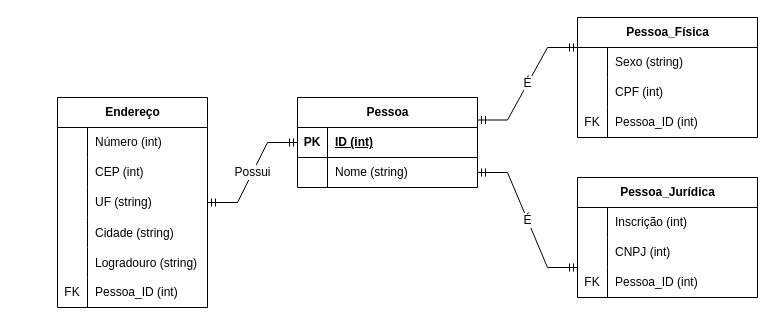
Before: Pratica02_Ex02.drawio in NateInterloper/mdc053, a draw.io diagram. Source tidied: cells renumbered, new cells numbered last; positions are measured from the earlier drawing's top-left corner, leaving out a move shared by most shapes. Both pictures are drawn from the tidied source at 100%, with x=0, y=0 at pixel (57, 17).
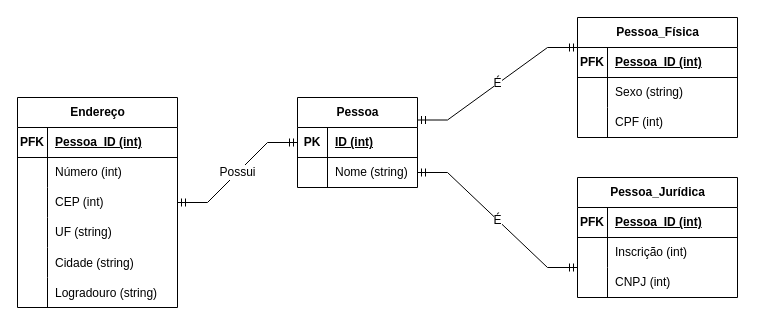
Above is the later version.

What changed in the source:
```diff
@@
     <mxCell id="2" value="Pessoa" style="shape=table;startSize=30;childLayout=tableLayout;rowLines=0;fontStyle=1;align=center;html=1;" parent="1" vertex="1">
-      <mxGeometry x="240" y="80" width="180" height="90" as="geometry" />
+      <mxGeometry x="240" y="80" width="120" height="90" as="geometry" />
     </mxCell>
     <mxCell id="3" style="shape=tableRow;horizontal=0;startSize=0;swimlaneHead=0;swimlaneBody=0;fillColor=none;top=0;left=0;right=0;bottom=1;" parent="2" vertex="1">
-      <mxGeometry y="30" width="180" height="30" as="geometry" />
+      <mxGeometry y="30" width="120" height="30" as="geometry" />
     </mxCell>
@@
     <mxCell id="5" value="ID (int)" style="shape=partialRectangle;fillColor=none;top=0;left=0;bottom=0;right=0;align=left;spacingLeft=6;fontStyle=5;overflow=hidden;whiteSpace=wrap;html=1;" parent="3" vertex="1">
-      <mxGeometry x="30" width="150" height="30" as="geometry" />
+      <mxGeometry x="30" width="90" height="30" as="geometry" />
     </mxCell>
     <mxCell id="6" style="shape=tableRow;horizontal=0;startSize=0;swimlaneHead=0;swimlaneBody=0;fillColor=none;points=[[0,0.5],[1,0.5]];portConstraint=eastwest;top=0;left=0;right=0;bottom=0;" parent="2" vertex="1">
-      <mxGeometry y="60" width="180" height="30" as="geometry" />
+      <mxGeometry y="60" width="120" height="30" as="geometry" />
     </mxCell>
@@
     <mxCell id="8" value="Nome (string)" style="shape=partialRectangle;fillColor=none;top=0;left=0;bottom=0;right=0;align=left;spacingLeft=6;overflow=hidden;whiteSpace=wrap;html=1;" parent="6" vertex="1">
-      <mxGeometry x="30" width="150" height="30" as="geometry" />
+      <mxGeometry x="30" width="90" height="30" as="geometry" />
     </mxCell>
     <mxCell id="9" value="Endereço" style="shape=table;startSize=30;childLayout=tableLayout;rowLines=0;fontStyle=1;align=center;html=1;" parent="1" vertex="1">
-      <mxGeometry y="80" width="150" height="210" as="geometry" />
+      <mxGeometry x="-40" y="80" width="160" height="210" as="geometry" />
     </mxCell>
+    <mxCell id="51" style="shape=tableRow;horizontal=0;startSize=0;swimlaneHead=0;swimlaneBody=0;fillColor=none;top=0;left=0;right=0;bottom=1;" parent="9" vertex="1">
+      <mxGeometry y="30" width="160" height="30" as="geometry" />
+    </mxCell>
+    <mxCell id="52" value="PFK" style="shape=partialRectangle;fillColor=none;top=0;left=0;bottom=0;right=0;fontStyle=1;overflow=hidden;whiteSpace=wrap;html=1;" parent="51" vertex="1">
+      <mxGeometry width="30" height="30" as="geometry" />
+    </mxCell>
+    <mxCell id="53" value="Pessoa_ID (int)" style="shape=partialRectangle;fillColor=none;top=0;left=0;bottom=0;right=0;align=left;spacingLeft=6;fontStyle=5;overflow=hidden;whiteSpace=wrap;html=1;" parent="51" vertex="1">
+      <mxGeometry x="30" width="130" height="30" as="geometry" />
+    </mxCell>
     <mxCell id="10" style="shape=tableRow;horizontal=0;startSize=0;swimlaneHead=0;swimlaneBody=0;fillColor=none;top=0;left=0;right=0;bottom=0;" parent="9" vertex="1">
-      <mxGeometry y="30" width="150" height="30" as="geometry" />
+      <mxGeometry y="60" width="160" height="30" as="geometry" />
     </mxCell>
@@
     <mxCell id="12" value="Número (int)" style="shape=partialRectangle;fillColor=none;top=0;left=0;bottom=0;right=0;align=left;spacingLeft=6;overflow=hidden;whiteSpace=wrap;html=1;" parent="10" vertex="1">
-      <mxGeometry x="30" width="120" height="30" as="geometry" />
+      <mxGeometry x="30" width="130" height="30" as="geometry" />
     </mxCell>
     <mxCell id="13" style="shape=tableRow;horizontal=0;startSize=0;swimlaneHead=0;swimlaneBody=0;fillColor=none;top=0;left=0;right=0;bottom=0;" parent="9" vertex="1">
-      <mxGeometry y="60" width="150" height="30" as="geometry" />
+      <mxGeometry y="90" width="160" height="30" as="geometry" />
     </mxCell>
@@
     <mxCell id="15" value="CEP (int)" style="shape=partialRectangle;fillColor=none;top=0;left=0;bottom=0;right=0;align=left;spacingLeft=6;overflow=hidden;whiteSpace=wrap;html=1;" parent="13" vertex="1">
-      <mxGeometry x="30" width="120" height="30" as="geometry" />
+      <mxGeometry x="30" width="130" height="30" as="geometry" />
     </mxCell>
     <mxCell id="16" style="shape=tableRow;horizontal=0;startSize=0;swimlaneHead=0;swimlaneBody=0;fillColor=none;top=0;left=0;right=0;bottom=0;" parent="9" vertex="1">
-      <mxGeometry y="90" width="150" height="30" as="geometry" />
+      <mxGeometry y="120" width="160" height="30" as="geometry" />
     </mxCell>
@@
     <mxCell id="18" value="UF (string)" style="shape=partialRectangle;fillColor=none;top=0;left=0;bottom=0;right=0;align=left;spacingLeft=6;overflow=hidden;whiteSpace=wrap;html=1;" parent="16" vertex="1">
-      <mxGeometry x="30" width="120" height="30" as="geometry" />
+      <mxGeometry x="30" width="130" height="30" as="geometry" />
     </mxCell>
     <mxCell id="19" style="shape=tableRow;horizontal=0;startSize=0;swimlaneHead=0;swimlaneBody=0;fillColor=none;top=0;left=0;right=0;bottom=0;" parent="9" vertex="1">
-      <mxGeometry y="120" width="150" height="30" as="geometry" />
+      <mxGeometry y="150" width="160" height="30" as="geometry" />
     </mxCell>
@@
     <mxCell id="21" value="Cidade (string)" style="shape=partialRectangle;fillColor=none;top=0;left=0;bottom=0;right=0;align=left;spacingLeft=6;overflow=hidden;" parent="19" vertex="1">
-      <mxGeometry x="30" width="120" height="30" as="geometry" />
+      <mxGeometry x="30" width="130" height="30" as="geometry" />
     </mxCell>
     <mxCell id="22" style="shape=tableRow;horizontal=0;startSize=0;swimlaneHead=0;swimlaneBody=0;fillColor=none;top=0;left=0;right=0;bottom=0;" parent="9" vertex="1">
-      <mxGeometry y="150" width="150" height="30" as="geometry" />
+      <mxGeometry y="180" width="160" height="30" as="geometry" />
     </mxCell>
@@
     <mxCell id="24" value="Logradouro (string)" style="shape=partialRectangle;fillColor=none;top=0;left=0;bottom=0;right=0;align=left;spacingLeft=6;overflow=hidden;" parent="22" vertex="1">
-      <mxGeometry x="30" width="120" height="30" as="geometry" />
+      <mxGeometry x="30" width="130" height="30" as="geometry" />
     </mxCell>
-    <mxCell id="25" style="shape=tableRow;horizontal=0;startSize=0;swimlaneHead=0;swimlaneBody=0;fillColor=none;top=0;left=0;right=0;bottom=0;" parent="9" vertex="1">
-      <mxGeometry y="180" width="150" height="30" as="geometry" />
-    </mxCell>
-    <mxCell id="26" value="FK" style="shape=partialRectangle;fillColor=none;top=0;left=0;bottom=0;right=0;fontStyle=0;overflow=hidden;whiteSpace=wrap;html=1;" parent="25" vertex="1">
-      <mxGeometry width="30" height="30" as="geometry" />
-    </mxCell>
-    <mxCell id="27" value="Pessoa_ID (int)" style="shape=partialRectangle;fillColor=none;top=0;left=0;bottom=0;right=0;align=left;spacingLeft=6;fontStyle=0;overflow=hidden;whiteSpace=wrap;html=1;" parent="25" vertex="1">
-      <mxGeometry x="30" width="120" height="30" as="geometry" />
-    </mxCell>
     <mxCell id="28" value="Pessoa_Física" style="shape=table;startSize=30;childLayout=tableLayout;rowLines=0;fontStyle=1;align=center;html=1;" parent="1" vertex="1">
-      <mxGeometry x="520" width="180" height="120" as="geometry" />
+      <mxGeometry x="520" width="160" height="120" as="geometry" />
     </mxCell>
+    <mxCell id="54" style="shape=tableRow;horizontal=0;startSize=0;swimlaneHead=0;swimlaneBody=0;fillColor=none;top=0;left=0;right=0;bottom=1;" parent="28" vertex="1">
+      <mxGeometry y="30" width="160" height="30" as="geometry" />
+    </mxCell>
+    <mxCell id="55" value="PFK" style="shape=partialRectangle;fillColor=none;top=0;left=0;bottom=0;right=0;fontStyle=1;overflow=hidden;whiteSpace=wrap;html=1;" parent="54" vertex="1">
+      <mxGeometry width="30" height="30" as="geometry" />
+    </mxCell>
+    <mxCell id="56" value="Pessoa_ID (int)" style="shape=partialRectangle;fillColor=none;top=0;left=0;bottom=0;right=0;align=left;spacingLeft=6;fontStyle=5;overflow=hidden;whiteSpace=wrap;html=1;" parent="54" vertex="1">
+      <mxGeometry x="30" width="130" height="30" as="geometry" />
+    </mxCell>
     <mxCell id="29" style="shape=tableRow;horizontal=0;startSize=0;swimlaneHead=0;swimlaneBody=0;fillColor=none;top=0;left=0;right=0;bottom=0;" parent="28" vertex="1">
-      <mxGeometry y="30" width="180" height="30" as="geometry" />
+      <mxGeometry y="60" width="160" height="30" as="geometry" />
     </mxCell>
@@
     <mxCell id="31" value="Sexo (string)" style="shape=partialRectangle;fillColor=none;top=0;left=0;bottom=0;right=0;align=left;spacingLeft=6;overflow=hidden;whiteSpace=wrap;html=1;" parent="29" vertex="1">
-      <mxGeometry x="30" width="150" height="30" as="geometry" />
+      <mxGeometry x="30" width="130" height="30" as="geometry" />
     </mxCell>
     <mxCell id="32" style="shape=tableRow;horizontal=0;startSize=0;swimlaneHead=0;swimlaneBody=0;fillColor=none;top=0;left=0;right=0;bottom=0;" parent="28" vertex="1">
-      <mxGeometry y="60" width="180" height="30" as="geometry" />
+      <mxGeometry y="90" width="160" height="30" as="geometry" />
     </mxCell>
@@
     <mxCell id="34" value="CPF (int)" style="shape=partialRectangle;fillColor=none;top=0;left=0;bottom=0;right=0;align=left;spacingLeft=6;overflow=hidden;whiteSpace=wrap;html=1;" parent="32" vertex="1">
-      <mxGeometry x="30" width="150" height="30" as="geometry" />
+      <mxGeometry x="30" width="130" height="30" as="geometry" />
     </mxCell>
-    <mxCell id="35" style="shape=tableRow;horizontal=0;startSize=0;swimlaneHead=0;swimlaneBody=0;fillColor=none;top=0;left=0;right=0;bottom=0;" parent="28" vertex="1">
-      <mxGeometry y="90" width="180" height="30" as="geometry" />
-    </mxCell>
-    <mxCell id="36" value="FK" style="shape=partialRectangle;fillColor=none;top=0;left=0;bottom=0;right=0;fontStyle=0;overflow=hidden;whiteSpace=wrap;html=1;" parent="35" vertex="1">
-      <mxGeometry width="30" height="30" as="geometry" />
-    </mxCell>
-    <mxCell id="37" value="Pessoa_ID (int)" style="shape=partialRectangle;fillColor=none;top=0;left=0;bottom=0;right=0;align=left;spacingLeft=6;fontStyle=0;overflow=hidden;whiteSpace=wrap;html=1;" parent="35" vertex="1">
-      <mxGeometry x="30" width="150" height="30" as="geometry" />
-    </mxCell>
     <mxCell id="38" value="Pessoa_Jurídica" style="shape=table;startSize=30;childLayout=tableLayout;rowLines=0;fontStyle=1;align=center;html=1;" parent="1" vertex="1">
-      <mxGeometry x="520" y="160" width="180" height="120" as="geometry" />
+      <mxGeometry x="520" y="160" width="160" height="120" as="geometry" />
     </mxCell>
+    <mxCell id="57" style="shape=tableRow;horizontal=0;startSize=0;swimlaneHead=0;swimlaneBody=0;fillColor=none;top=0;left=0;right=0;bottom=1;" parent="38" vertex="1">
+      <mxGeometry y="30" width="160" height="30" as="geometry" />
+    </mxCell>
+    <mxCell id="58" value="PFK" style="shape=partialRectangle;fillColor=none;top=0;left=0;bottom=0;right=0;fontStyle=1;overflow=hidden;whiteSpace=wrap;html=1;" parent="57" vertex="1">
+      <mxGeometry width="30" height="30" as="geometry" />
+    </mxCell>
+    <mxCell id="59" value="Pessoa_ID (int)" style="shape=partialRectangle;fillColor=none;top=0;left=0;bottom=0;right=0;align=left;spacingLeft=6;fontStyle=5;overflow=hidden;whiteSpace=wrap;html=1;" parent="57" vertex="1">
+      <mxGeometry x="30" width="130" height="30" as="geometry" />
+    </mxCell>
     <mxCell id="39" style="shape=tableRow;horizontal=0;startSize=0;swimlaneHead=0;swimlaneBody=0;fillColor=none;top=0;left=0;right=0;bottom=0;" parent="38" vertex="1">
-      <mxGeometry y="30" width="180" height="30" as="geometry" />
+      <mxGeometry y="60" width="160" height="30" as="geometry" />
     </mxCell>
@@
     <mxCell id="41" value="Inscrição (int)" style="shape=partialRectangle;fillColor=none;top=0;left=0;bottom=0;right=0;align=left;spacingLeft=6;overflow=hidden;whiteSpace=wrap;html=1;" parent="39" vertex="1">
-      <mxGeometry x="30" width="150" height="30" as="geometry" />
+      <mxGeometry x="30" width="130" height="30" as="geometry" />
     </mxCell>
     <mxCell id="42" style="shape=tableRow;horizontal=0;startSize=0;swimlaneHead=0;swimlaneBody=0;fillColor=none;top=0;left=0;right=0;bottom=0;" parent="38" vertex="1">
-      <mxGeometry y="60" width="180" height="30" as="geometry" />
+      <mxGeometry y="90" width="160" height="30" as="geometry" />
     </mxCell>
@@
     <mxCell id="44" value="CNPJ (int)" style="shape=partialRectangle;fillColor=none;top=0;left=0;bottom=0;right=0;align=left;spacingLeft=6;overflow=hidden;whiteSpace=wrap;html=1;" parent="42" vertex="1">
-      <mxGeometry x="30" width="150" height="30" as="geometry" />
+      <mxGeometry x="30" width="130" height="30" as="geometry" />
     </mxCell>
-    <mxCell id="45" style="shape=tableRow;horizontal=0;startSize=0;swimlaneHead=0;swimlaneBody=0;fillColor=none;top=0;left=0;right=0;bottom=0;" parent="38" vertex="1">
-      <mxGeometry y="90" width="180" height="30" as="geometry" />
-    </mxCell>
-    <mxCell id="46" value="FK" style="shape=partialRectangle;fillColor=none;top=0;left=0;bottom=0;right=0;fontStyle=0;overflow=hidden;whiteSpace=wrap;html=1;" parent="45" vertex="1">
-      <mxGeometry width="30" height="30" as="geometry" />
-    </mxCell>
-    <mxCell id="47" value="Pessoa_ID (int)" style="shape=partialRectangle;fillColor=none;top=0;left=0;bottom=0;right=0;align=left;spacingLeft=6;fontStyle=0;overflow=hidden;whiteSpace=wrap;html=1;" parent="45" vertex="1">
-      <mxGeometry x="30" width="150" height="30" as="geometry" />
-    </mxCell>
```
